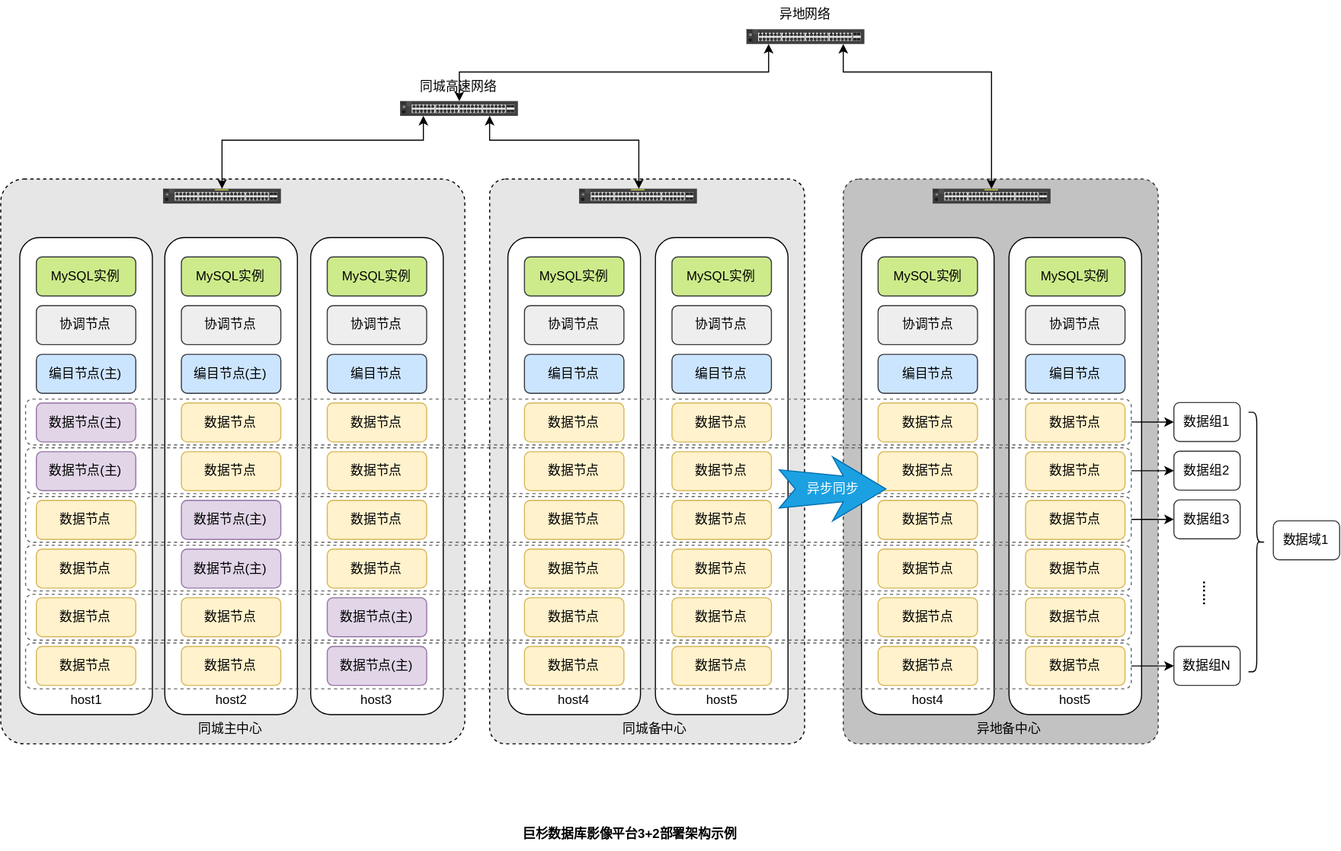
Earlier version of the draw.io export 巨杉数据库影像平台3+2+2部署.drawio.svg (x56080/drawio). Source tidied: cells renumbered, new cells last; positions are measured from the earlier drawing's top-left corner, leaving out a move shared by most shapes.
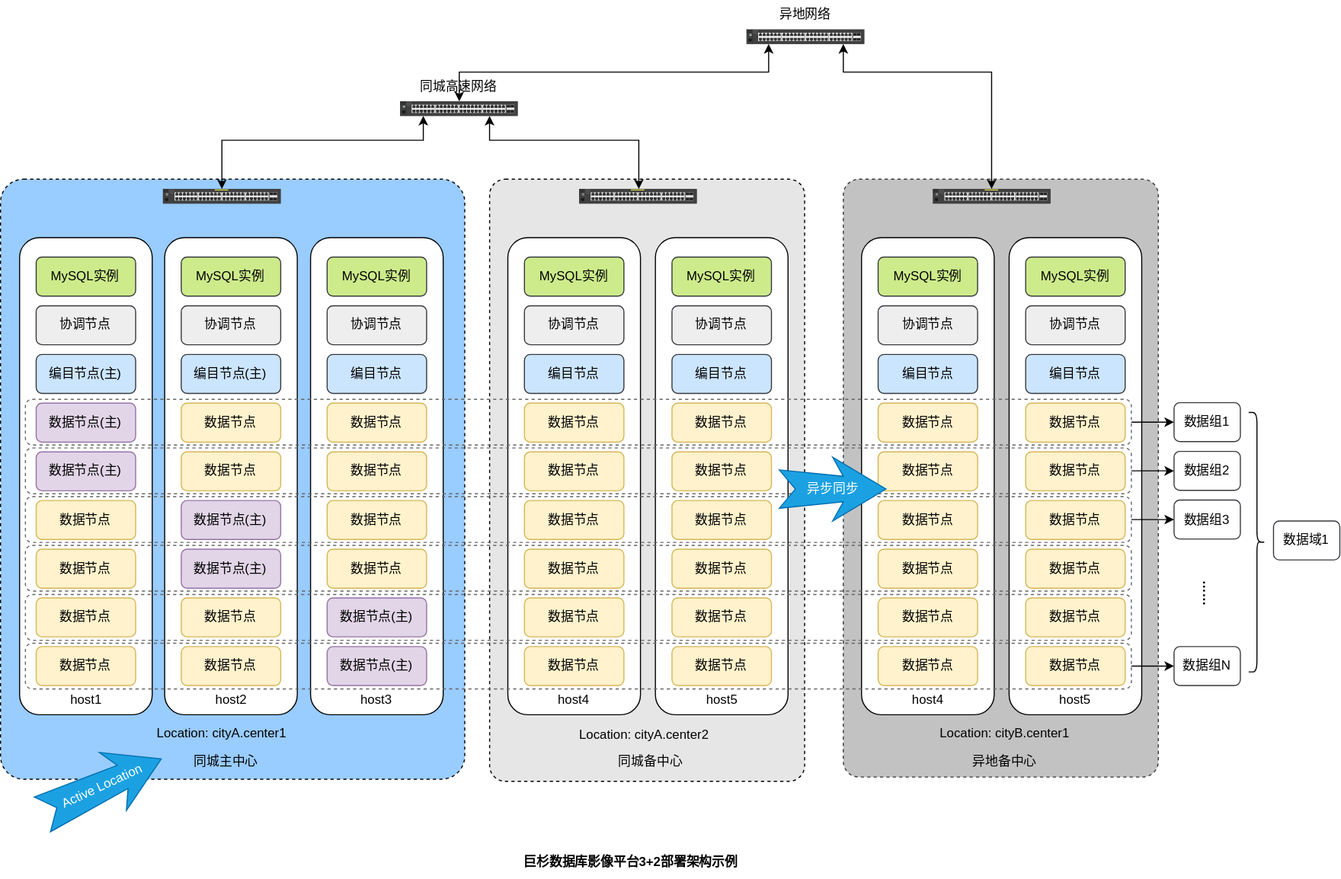
Above is the later version.

Commit message:
更新巨杉数据库影像平台3+2+2部署.drawio.svg

The edit, as a diff of the source:
```diff
@@ -3,7 +3,7 @@
     <mxCell id="0" />
     <mxCell id="1" parent="0" />
     <mxCell id="2" style="rounded=1;whiteSpace=wrap;html=1;arcSize=5;dashed=1;strokeWidth=1;fillColor=#C2C2C2;strokeColor=#36393d;" parent="1" vertex="1">
-      <mxGeometry x="790" y="167.4" width="295.3" height="529.6" as="geometry" />
+      <mxGeometry x="790" y="167.4" width="295.3" height="560.6" as="geometry" />
     </mxCell>
     <mxCell id="3" style="rounded=1;whiteSpace=wrap;html=1;" parent="1" vertex="1">
       <mxGeometry x="945.4" y="222.2" width="124.3" height="447.4" as="geometry" />
@@ -12,10 +12,10 @@
       <mxGeometry x="807.1" y="222.2" width="124.3" height="447.4" as="geometry" />
     </mxCell>
     <mxCell id="5" value="巨杉数据库影像平台3+2部署架构示例" style="text;html=1;align=center;verticalAlign=middle;whiteSpace=wrap;rounded=1;fontStyle=1;" parent="1" vertex="1">
-      <mxGeometry x="456.6" y="767" width="266" height="30" as="geometry" />
+      <mxGeometry x="458.4" y="793" width="266" height="30" as="geometry" />
     </mxCell>
     <mxCell id="6" style="rounded=1;whiteSpace=wrap;html=1;arcSize=5;fillColor=#E6E6E6;dashed=1;strokeColor=#000000;strokeWidth=1;" parent="1" vertex="1">
-      <mxGeometry x="458.4" y="167.4" width="295.3" height="529.6" as="geometry" />
+      <mxGeometry x="458.4" y="167.4" width="295.3" height="564.6" as="geometry" />
     </mxCell>
     <mxCell id="7" style="rounded=1;whiteSpace=wrap;html=1;" parent="1" vertex="1">
       <mxGeometry x="613.9" y="222.2" width="124.3" height="447.4" as="geometry" />
@@ -50,8 +50,8 @@
     <mxCell id="17" value="host5" style="text;html=1;align=center;verticalAlign=middle;whiteSpace=wrap;rounded=1;" parent="1" vertex="1">
       <mxGeometry x="652.7" y="642.2" width="46.6" height="27.4" as="geometry" />
     </mxCell>
-    <mxCell id="18" style="rounded=1;whiteSpace=wrap;html=1;arcSize=5;fillColor=#E6E6E6;dashed=1;strokeColor=#000000;strokeWidth=1;" parent="1" vertex="1">
-      <mxGeometry y="167.4" width="435.1" height="529.6" as="geometry" />
+    <mxCell id="18" style="rounded=1;whiteSpace=wrap;html=1;arcSize=5;fillColor=#99CCFF;dashed=1;strokeColor=#000000;strokeWidth=1;" parent="1" vertex="1">
+      <mxGeometry y="167.4" width="435.1" height="562.6" as="geometry" />
     </mxCell>
     <mxCell id="19" style="rounded=1;whiteSpace=wrap;html=1;" parent="1" vertex="1">
       <mxGeometry x="17.9" y="222.2" width="124.3" height="447.4" as="geometry" />
@@ -204,10 +204,10 @@
       <mxGeometry x="1193.2" y="487.9" width="62.2" height="36.5" as="geometry" />
     </mxCell>
     <mxCell id="69" value="同城主中心" style="text;html=1;align=center;verticalAlign=middle;whiteSpace=wrap;rounded=1;" parent="1" vertex="1">
-      <mxGeometry x="182.4" y="669.6" width="67.3" height="27.4" as="geometry" />
+      <mxGeometry x="178.5" y="700.6" width="67.3" height="27.4" as="geometry" />
     </mxCell>
     <mxCell id="70" value="同城备中心" style="text;html=1;align=center;verticalAlign=middle;whiteSpace=wrap;rounded=1;" parent="1" vertex="1">
-      <mxGeometry x="571.1" y="669.6" width="85.5" height="27.4" as="geometry" />
+      <mxGeometry x="567.2" y="700.6" width="85.5" height="27.4" as="geometry" />
     </mxCell>
     <mxCell id="71" style="html=1;verticalLabelPosition=bottom;verticalAlign=top;outlineConnect=0;shadow=0;dashed=0;shape=mxgraph.rack.hpe_aruba.switches.j9775a_2530_48g_switch;" parent="1" vertex="1">
       <mxGeometry x="374.5" y="94.4" width="110.3" height="13.7" as="geometry" />
@@ -331,7 +331,7 @@
       <mxGeometry x="845.9" y="642.2" width="46.6" height="27.4" as="geometry" />
     </mxCell>
     <mxCell id="108" value="异地备中心" style="text;html=1;align=center;verticalAlign=middle;whiteSpace=wrap;rounded=1;" parent="1" vertex="1">
-      <mxGeometry x="902.7" y="669.6" width="85.5" height="27.4" as="geometry" />
+      <mxGeometry x="898.8" y="700.6" width="85.5" height="27.4" as="geometry" />
     </mxCell>
     <mxCell id="109" style="html=1;verticalLabelPosition=bottom;verticalAlign=top;outlineConnect=0;shadow=0;dashed=0;shape=mxgraph.rack.hpe_aruba.switches.j9772a_2530_48g_poeplus_switch;" parent="1" vertex="1">
       <mxGeometry x="873.9" y="176.6" width="110.3" height="13.7" as="geometry" />
@@ -361,5 +361,17 @@
     <mxCell id="114" value="异步同步" style="html=1;shadow=0;dashed=0;align=center;verticalAlign=middle;shape=mxgraph.arrows2.stylisedArrow;dy=0.6;dx=40;notch=15;feather=0.4;fillColor=#1ba1e2;strokeColor=#006EAF;fontColor=#ffffff;" parent="1" vertex="1">
       <mxGeometry x="730" y="428" width="100" height="60" as="geometry" />
     </mxCell>
+    <mxCell id="115" value="Location: cityA.center1" style="text;html=1;align=center;verticalAlign=middle;whiteSpace=wrap;rounded=1;" parent="1" vertex="1">
+      <mxGeometry x="131" y="673.2" width="153" height="27.4" as="geometry" />
+    </mxCell>
+    <mxCell id="116" value="Location: cityA.center2" style="text;html=1;align=center;verticalAlign=middle;whiteSpace=wrap;rounded=1;" parent="1" vertex="1">
+      <mxGeometry x="527" y="675" width="153" height="27.4" as="geometry" />
+    </mxCell>
+    <mxCell id="117" value="Location: cityB.center1" style="text;html=1;align=center;verticalAlign=middle;whiteSpace=wrap;rounded=1;" parent="1" vertex="1">
+      <mxGeometry x="865" y="673.2" width="153" height="27.4" as="geometry" />
+    </mxCell>
+    <mxCell id="118" value="Active Location" style="html=1;shadow=0;dashed=0;align=center;verticalAlign=middle;shape=mxgraph.arrows2.stylisedArrow;dy=0.6;dx=40;notch=15;feather=0.4;fillColor=#1ba1e2;strokeColor=#006EAF;fontColor=#ffffff;rotation=-25;" parent="1" vertex="1">
+      <mxGeometry x="33.4" y="707" width="123" height="60" as="geometry" />
+    </mxCell>
   </root>
 </mxGraphModel>
```
